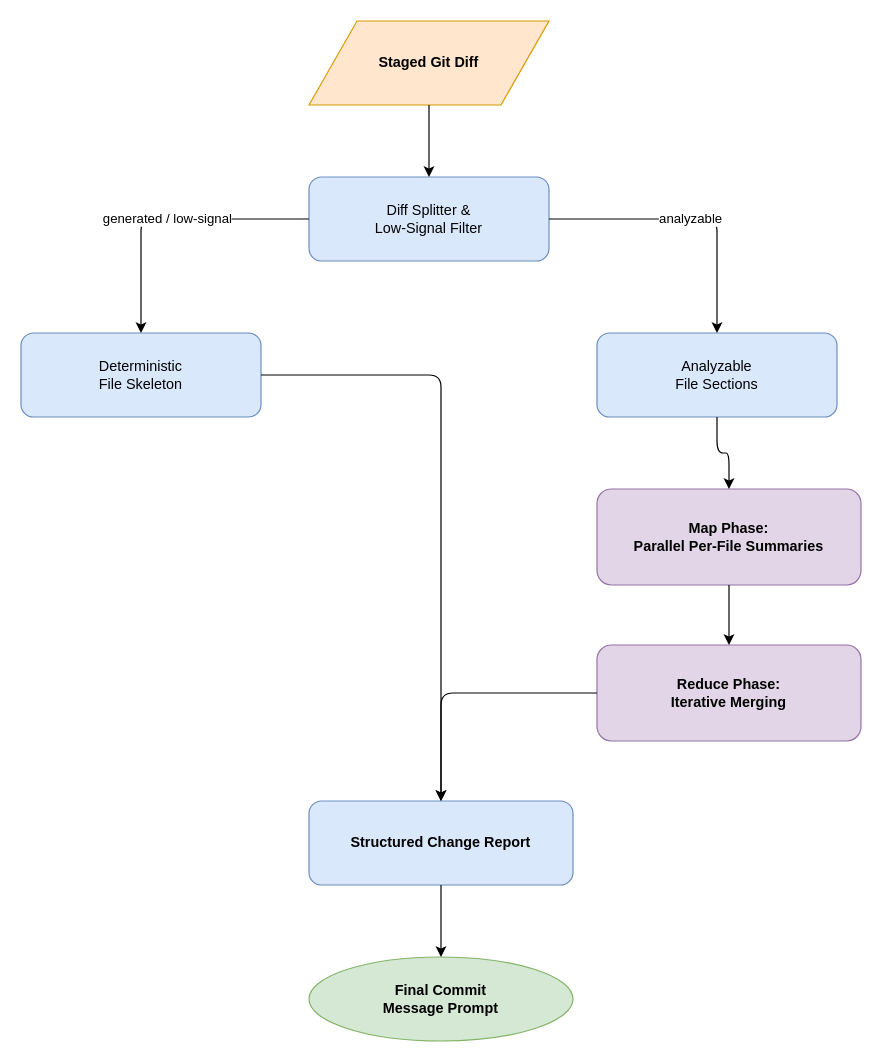
Above: docs/assets/diagrams/summarization-chain.drawio in electrocucaracha/ai-prepare-commit-msg (draw.io), before the change. Source tidied: cells renumbered, new cells numbered last; positions are measured from the earlier drawing's top-left corner, leaving out a move shared by most shapes. Both pictures are drawn from the tidied source at 120%, with x=0, y=0 at pixel (20, 20).
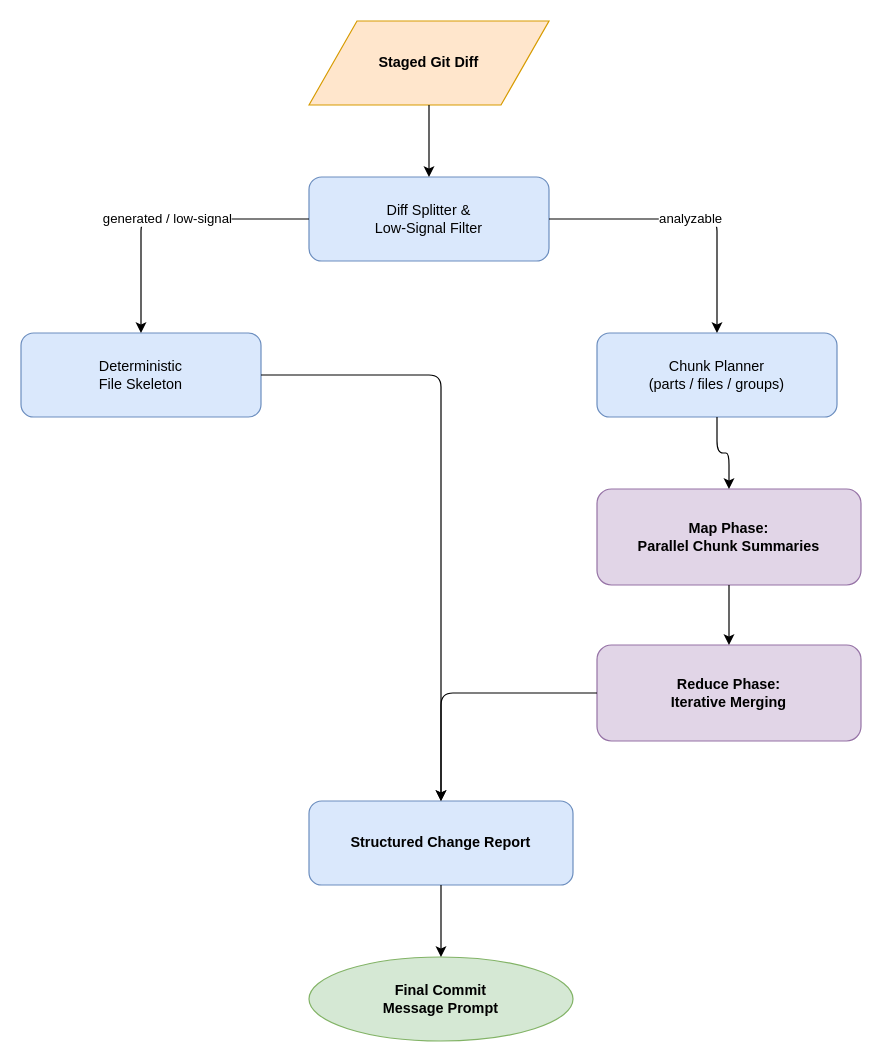
The same diagram, later.

Commit message (it also covers changes not shown here):
refactor(summarize): extract and enhance map-reduce diff summarization

The edit, as a diff of the source:
```diff
@@
 <mxGraphModel>
   <root>
     <mxCell id="0" />
     <mxCell id="1" parent="0" />
     <mxCell id="2" value="Staged Git Diff" style="shape=parallelogram;perimeter=parallelogramPerimeter;whiteSpace=wrap;html=1;fillColor=#ffe6cc;strokeColor=#d79b00;fontStyle=1;" parent="1" vertex="1">
       <mxGeometry x="240" width="200" height="70" as="geometry" />
     </mxCell>
     <mxCell id="3" value="Diff Splitter &amp;&#10;Low-Signal Filter" style="rounded=1;whiteSpace=wrap;html=1;fillColor=#dae8fc;strokeColor=#6c8ebf;" parent="1" vertex="1">
       <mxGeometry x="240" y="130" width="200" height="70" as="geometry" />
     </mxCell>
     <mxCell id="4" value="Deterministic&#10;File Skeleton" style="rounded=1;whiteSpace=wrap;html=1;fillColor=#dae8fc;strokeColor=#6c8ebf;" parent="1" vertex="1">
       <mxGeometry y="260" width="200" height="70" as="geometry" />
     </mxCell>
-    <mxCell id="5" value="Analyzable&#10;File Sections" style="rounded=1;whiteSpace=wrap;html=1;fillColor=#dae8fc;strokeColor=#6c8ebf;" parent="1" vertex="1">
+    <mxCell id="5" value="Chunk Planner&#10;(parts / files / groups)" style="rounded=1;whiteSpace=wrap;html=1;fillColor=#dae8fc;strokeColor=#6c8ebf;" parent="1" vertex="1">
       <mxGeometry x="480" y="260" width="200" height="70" as="geometry" />
     </mxCell>
-    <mxCell id="6" value="Map Phase:&#10;Parallel Per-File Summaries" style="rounded=1;whiteSpace=wrap;html=1;fillColor=#e1d5e7;strokeColor=#9673a6;fontStyle=1;" parent="1" vertex="1">
+    <mxCell id="6" value="Map Phase:&#10;Parallel Chunk Summaries" style="rounded=1;whiteSpace=wrap;html=1;fillColor=#e1d5e7;strokeColor=#9673a6;fontStyle=1;" parent="1" vertex="1">
       <mxGeometry x="480" y="390" width="220" height="80" as="geometry" />
     </mxCell>
     <mxCell id="7" value="Reduce Phase:&#10;Iterative Merging" style="rounded=1;whiteSpace=wrap;html=1;fillColor=#e1d5e7;strokeColor=#9673a6;fontStyle=1;" parent="1" vertex="1">
       <mxGeometry x="480" y="520" width="220" height="80" as="geometry" />
     </mxCell>
     <mxCell id="8" value="Structured Change Report" style="rounded=1;whiteSpace=wrap;html=1;fillColor=#dae8fc;strokeColor=#6c8ebf;fontStyle=1;" parent="1" vertex="1">
       <mxGeometry x="240" y="650" width="220" height="70" as="geometry" />
     </mxCell>
     <mxCell id="9" value="Final Commit&#10;Message Prompt" style="ellipse;whiteSpace=wrap;html=1;fillColor=#d5e8d4;strokeColor=#82b366;fontStyle=1;" parent="1" vertex="1">
       <mxGeometry x="240" y="780" width="220" height="70" as="geometry" />
     </mxCell>
     <mxCell id="10" style="edgeStyle=orthogonalEdgeStyle;rounded=1;jettySize=auto;html=1;" parent="1" edge="1" source="2" target="3">
       <mxGeometry relative="1" as="geometry" />
     </mxCell>
     <mxCell id="11" value="generated / low-signal" style="edgeStyle=orthogonalEdgeStyle;rounded=1;jettySize=auto;html=1;" parent="1" edge="1" source="3" target="4">
       <mxGeometry relative="1" as="geometry" />
     </mxCell>
     <mxCell id="12" value="analyzable" style="edgeStyle=orthogonalEdgeStyle;rounded=1;jettySize=auto;html=1;" parent="1" edge="1" source="3" target="5">
       <mxGeometry relative="1" as="geometry" />
     </mxCell>
     <mxCell id="13" style="edgeStyle=orthogonalEdgeStyle;rounded=1;jettySize=auto;html=1;" parent="1" edge="1" source="5" target="6">
       <mxGeometry relative="1" as="geometry" />
     </mxCell>
     <mxCell id="14" style="edgeStyle=orthogonalEdgeStyle;rounded=1;jettySize=auto;html=1;" parent="1" edge="1" source="6" target="7">
       <mxGeometry relative="1" as="geometry" />
     </mxCell>
     <mxCell id="15" style="edgeStyle=orthogonalEdgeStyle;rounded=1;jettySize=auto;html=1;" parent="1" edge="1" source="4" target="8">
       <mxGeometry relative="1" as="geometry" />
     </mxCell>
     <mxCell id="16" style="edgeStyle=orthogonalEdgeStyle;rounded=1;jettySize=auto;html=1;" parent="1" edge="1" source="7" target="8">
       <mxGeometry relative="1" as="geometry" />
     </mxCell>
     <mxCell id="17" style="edgeStyle=orthogonalEdgeStyle;rounded=1;jettySize=auto;html=1;" parent="1" edge="1" source="8" target="9">
       <mxGeometry relative="1" as="geometry" />
     </mxCell>
   </root>
 </mxGraphModel>
```
